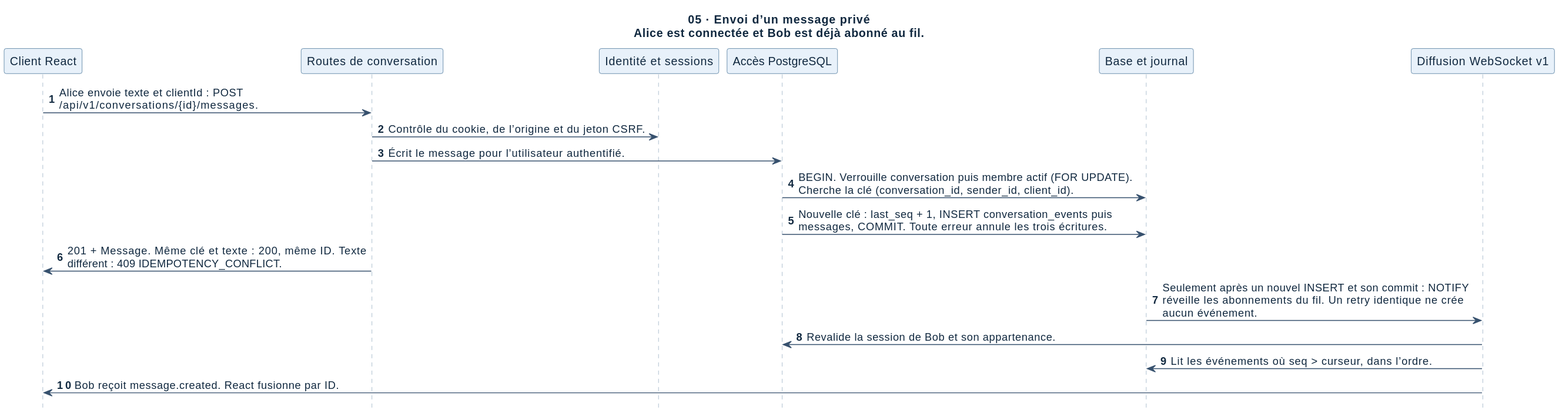
Before: docs/architecture/svg/05-message-prive.svg, a diagram exported from PlantUML (Zayonx-0/ChatISEN). Source of this version:
```plantuml
@startuml
skinparam backgroundColor white
skinparam shadowing false
skinparam defaultFontName SansSerif
skinparam defaultFontColor #10283F
skinparam sequenceParticipantBackgroundColor #E8F1FA
skinparam sequenceParticipantBorderColor #38678E
skinparam sequenceLifeLineBorderColor #8DA6BC
skinparam sequenceArrowColor #37516E
hide footbox
autonumber
title 05 · Envoi d’un message privé\nAlice est connectée et Bob est déjà abonné au fil.
participant "Client React" as p0
participant "Routes de conversation" as p1
participant "Identité et sessions" as p2
participant "Accès PostgreSQL" as p3
participant "Base et journal" as p4
participant "Diffusion WebSocket v1" as p5
p0 -> p1: Alice envoie texte et clientId : POST\n/api/v1/conversations/{id}/messages.
p1 -> p2: Contrôle du cookie, de l’origine et du jeton CSRF.
p1 -> p3: Écrit le message pour l’utilisateur authentifié.
p3 -> p4: BEGIN. Verrouille conversation puis membre actif (FOR UPDATE).\nCherche la clé (conversation_id, sender_id, client_id).
p3 -> p4: Nouvelle clé : last_seq + 1, INSERT conversation_events puis\nmessages, COMMIT. Toute erreur annule les trois écritures.
p1 -> p0: 201 + Message. Même clé et texte : 200, même ID. Texte\ndifférent : 409 IDEMPOTENCY_CONFLICT.
p4 -> p5: Seulement après un nouvel INSERT et son commit : NOTIFY\nréveille les abonnements du fil. Un retry identique ne crée\naucun événement.
p5 -> p3: Revalide la session de Bob et son appartenance.
p5 -> p4: Lit les événements où seq > curseur, dans l’ordre.
p5 -> p0: Bob reçoit message.created. React fusionne par ID.
@enduml
```
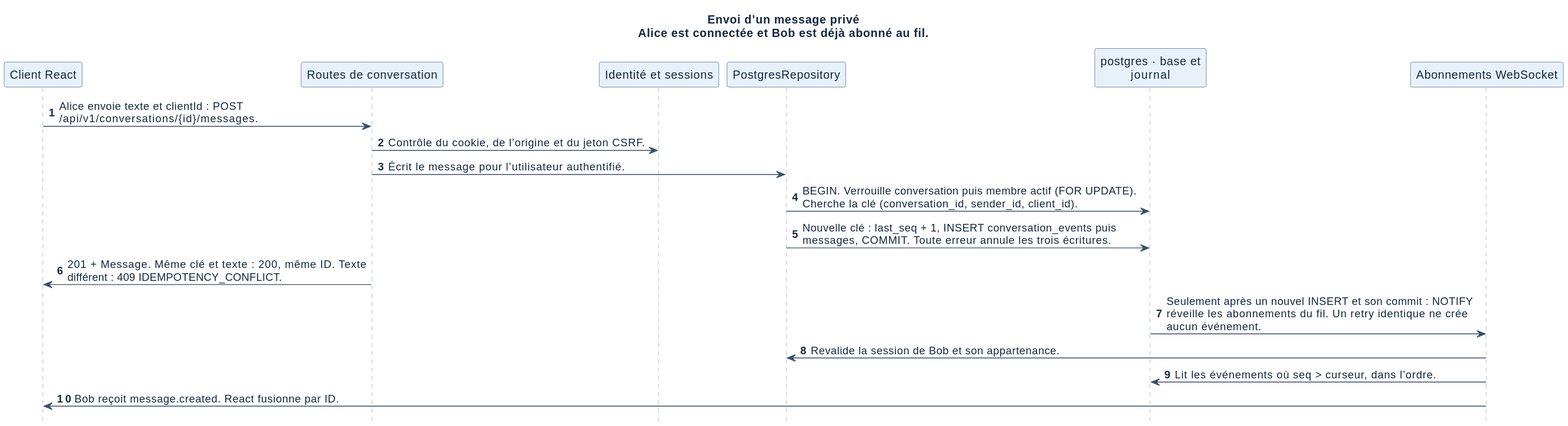
After the commit.

The edit, as a diff of the source:
```diff
@@ -9,13 +9,13 @@
 skinparam sequenceArrowColor #37516E
 hide footbox
 autonumber
-title 05 · Envoi d’un message privé\nAlice est connectée et Bob est déjà abonné au fil.
+title Envoi d’un message privé\nAlice est connectée et Bob est déjà abonné au fil.
 participant "Client React" as p0
 participant "Routes de conversation" as p1
 participant "Identité et sessions" as p2
-participant "Accès PostgreSQL" as p3
-participant "Base et journal" as p4
-participant "Diffusion WebSocket v1" as p5
+participant "PostgresRepository" as p3
+participant "postgres · base et\njournal" as p4
+participant "Abonnements WebSocket" as p5
 p0 -> p1: Alice envoie texte et clientId : POST\n/api/v1/conversations/{id}/messages.
 p1 -> p2: Contrôle du cookie, de l’origine et du jeton CSRF.
 p1 -> p3: Écrit le message pour l’utilisateur authentifié.
```
